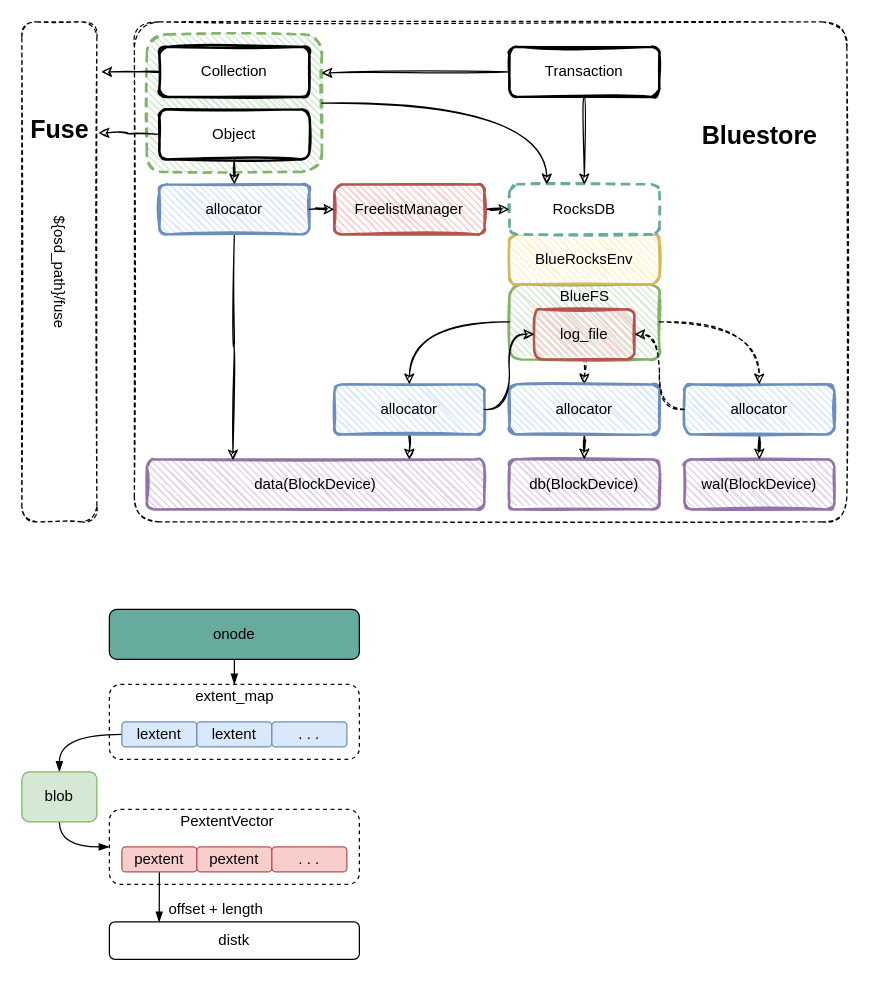
The draw.io diagram page "Bluestore" (1 of 3) of ceph/bluestore.drawio in EarthWind/deeparch, before the edit. Source tidied: cells renumbered, new cells numbered last; positions are measured from the earlier drawing's top-left corner, leaving out a move shared by most shapes. Both pictures are drawn from the tidied source at 125%, with x=0, y=0 at pixel (-10, 21).
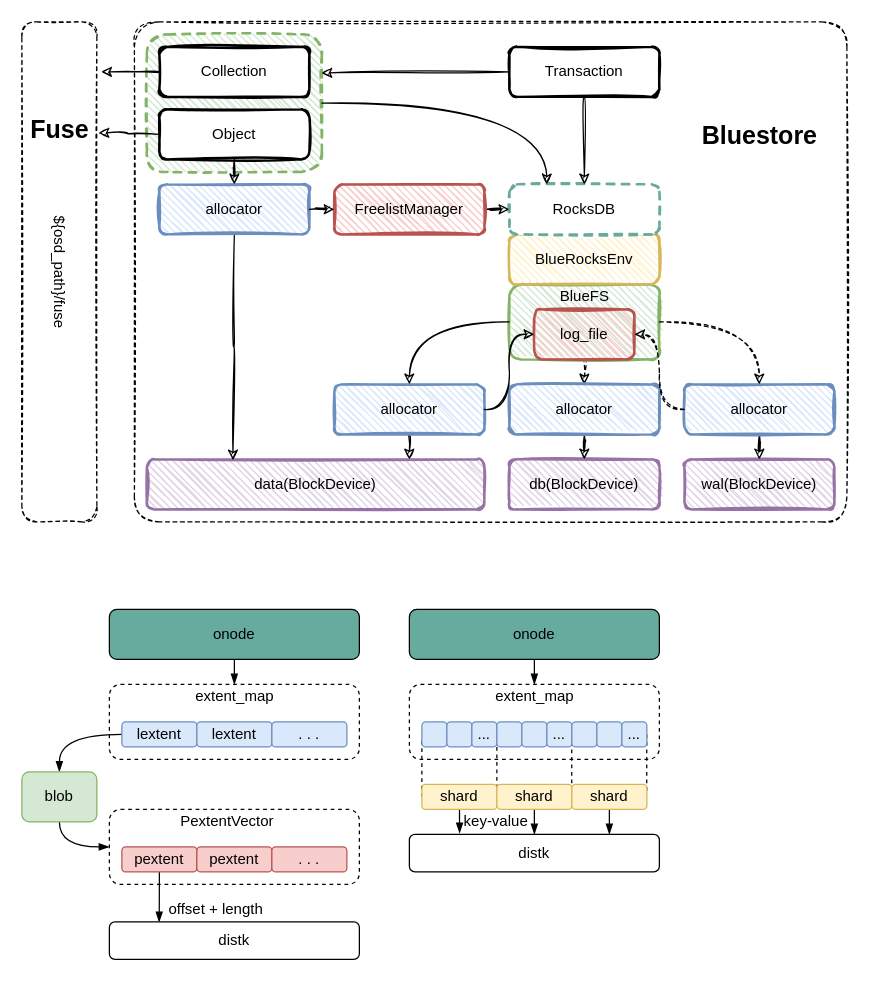
After the change.

Change to the diagram source:
```diff
@@
+    <mxCell id="60" style="rounded=1;whiteSpace=wrap;html=1;strokeWidth=1;fillWeight=1;hachureGap=4;hachureAngle=45;sketch=0;fontStyle=0;dashed=1;" parent="1" vertex="1">
+      <mxGeometry x="335" y="530" width="200" height="60" as="geometry" />
+    </mxCell>
+    <mxCell id="61" style="rounded=0;orthogonalLoop=1;jettySize=auto;html=1;entryX=0;entryY=0.5;entryDx=0;entryDy=0;endArrow=none;endFill=0;exitX=0;exitY=0.75;exitDx=0;exitDy=0;dashed=1;" parent="1" edge="1">
+      <mxGeometry relative="1" as="geometry">
+        <mxPoint x="524.9" y="570" as="sourcePoint" />
+        <mxPoint x="524.9" y="615" as="targetPoint" />
+      </mxGeometry>
+    </mxCell>
+    <mxCell id="62" style="rounded=0;orthogonalLoop=1;jettySize=auto;html=1;entryX=0;entryY=0.5;entryDx=0;entryDy=0;endArrow=none;endFill=0;exitX=0;exitY=0.75;exitDx=0;exitDy=0;dashed=1;" parent="1" edge="1">
+      <mxGeometry relative="1" as="geometry">
+        <mxPoint x="464.9" y="570" as="sourcePoint" />
+        <mxPoint x="464.9" y="615" as="targetPoint" />
+      </mxGeometry>
+    </mxCell>
+    <mxCell id="63" style="rounded=0;orthogonalLoop=1;jettySize=auto;html=1;entryX=0;entryY=0.5;entryDx=0;entryDy=0;endArrow=none;endFill=0;exitX=0;exitY=0.75;exitDx=0;exitDy=0;dashed=1;" parent="1" edge="1">
+      <mxGeometry relative="1" as="geometry">
+        <mxPoint x="405" y="574" as="sourcePoint" />
+        <mxPoint x="405" y="619" as="targetPoint" />
+      </mxGeometry>
+    </mxCell>
@@
+    <mxCell id="64" style="edgeStyle=orthogonalEdgeStyle;curved=1;rounded=0;jettySize=auto;html=1;endArrow=blockThin;endFill=1;entryX=0.497;entryY=-0.011;entryDx=0;entryDy=0;entryPerimeter=0;" parent="1" edge="1" source="65" target="70">
+      <mxGeometry relative="1" as="geometry" />
+    </mxCell>
+    <mxCell id="65" value="&lt;span&gt;onode&lt;br&gt;&lt;/span&gt;" style="rounded=1;whiteSpace=wrap;html=1;strokeWidth=1;fillWeight=1;hachureGap=4;hachureAngle=45;sketch=0;fontStyle=0;fillColor=#67AB9F;strokeColor=#000000;" parent="1" vertex="1">
+      <mxGeometry x="335" y="470" width="200" height="40" as="geometry" />
+    </mxCell>
+    <mxCell id="66" style="rounded=0;jettySize=auto;html=1;entryX=0;entryY=0.5;entryDx=0;entryDy=0;endArrow=none;endFill=0;exitX=0;exitY=0.75;exitDx=0;exitDy=0;dashed=1;" parent="1" edge="1" source="67" target="78">
+      <mxGeometry relative="1" as="geometry" />
+    </mxCell>
+    <mxCell id="67" value="&lt;span&gt;&lt;br&gt;&lt;/span&gt;" style="rounded=1;whiteSpace=wrap;html=1;strokeWidth=1;fillWeight=1;hachureGap=4;hachureAngle=45;sketch=0;fontStyle=0;fillColor=#dae8fc;strokeColor=#6c8ebf;" parent="1" vertex="1">
+      <mxGeometry x="345" y="560" width="20" height="20" as="geometry" />
+    </mxCell>
+    <mxCell id="68" value="&lt;span&gt;&lt;br&gt;&lt;/span&gt;" style="rounded=1;whiteSpace=wrap;html=1;strokeWidth=1;fillWeight=1;hachureGap=4;hachureAngle=45;sketch=0;fontStyle=0;fillColor=#dae8fc;strokeColor=#6c8ebf;" parent="1" vertex="1">
+      <mxGeometry x="365" y="560" width="20" height="20" as="geometry" />
+    </mxCell>
+    <mxCell id="69" value="..." style="rounded=1;whiteSpace=wrap;html=1;strokeWidth=1;fillWeight=1;hachureGap=4;hachureAngle=45;sketch=0;fontStyle=0;fillColor=#dae8fc;strokeColor=#6c8ebf;" parent="1" vertex="1">
+      <mxGeometry x="385" y="560" width="20" height="20" as="geometry" />
+    </mxCell>
+    <mxCell id="70" value="extent_map" style="text;html=1;align=center;verticalAlign=middle;points=[];strokeColor=none;fillColor=none;" parent="1" vertex="1">
+      <mxGeometry x="395" y="530" width="80" height="20" as="geometry" />
+    </mxCell>
+    <mxCell id="71" value="&lt;span&gt;&lt;br&gt;&lt;/span&gt;" style="rounded=1;whiteSpace=wrap;html=1;strokeWidth=1;fillWeight=1;hachureGap=4;hachureAngle=45;sketch=0;fontStyle=0;fillColor=#dae8fc;strokeColor=#6c8ebf;" parent="1" vertex="1">
+      <mxGeometry x="405" y="560" width="20" height="20" as="geometry" />
+    </mxCell>
+    <mxCell id="72" value="&lt;span&gt;&lt;br&gt;&lt;/span&gt;" style="rounded=1;whiteSpace=wrap;html=1;strokeWidth=1;fillWeight=1;hachureGap=4;hachureAngle=45;sketch=0;fontStyle=0;fillColor=#dae8fc;strokeColor=#6c8ebf;" parent="1" vertex="1">
+      <mxGeometry x="425" y="560" width="20" height="20" as="geometry" />
+    </mxCell>
+    <mxCell id="73" value="&lt;span&gt;...&lt;br&gt;&lt;/span&gt;" style="rounded=1;whiteSpace=wrap;html=1;strokeWidth=1;fillWeight=1;hachureGap=4;hachureAngle=45;sketch=0;fontStyle=0;fillColor=#dae8fc;strokeColor=#6c8ebf;" parent="1" vertex="1">
+      <mxGeometry x="445" y="560" width="20" height="20" as="geometry" />
+    </mxCell>
+    <mxCell id="74" value="&lt;span&gt;&lt;br&gt;&lt;/span&gt;" style="rounded=1;whiteSpace=wrap;html=1;strokeWidth=1;fillWeight=1;hachureGap=4;hachureAngle=45;sketch=0;fontStyle=0;fillColor=#dae8fc;strokeColor=#6c8ebf;" parent="1" vertex="1">
+      <mxGeometry x="465" y="560" width="20" height="20" as="geometry" />
+    </mxCell>
+    <mxCell id="75" value="&lt;span&gt;&lt;br&gt;&lt;/span&gt;" style="rounded=1;whiteSpace=wrap;html=1;strokeWidth=1;fillWeight=1;hachureGap=4;hachureAngle=45;sketch=0;fontStyle=0;fillColor=#dae8fc;strokeColor=#6c8ebf;" parent="1" vertex="1">
+      <mxGeometry x="485" y="560" width="20" height="20" as="geometry" />
+    </mxCell>
+    <mxCell id="76" value="&lt;span&gt;...&lt;br&gt;&lt;/span&gt;" style="rounded=1;whiteSpace=wrap;html=1;strokeWidth=1;fillWeight=1;hachureGap=4;hachureAngle=45;sketch=0;fontStyle=0;fillColor=#dae8fc;strokeColor=#6c8ebf;" parent="1" vertex="1">
+      <mxGeometry x="505" y="560" width="20" height="20" as="geometry" />
+    </mxCell>
+    <mxCell id="77" style="edgeStyle=none;rounded=0;jettySize=auto;html=1;entryX=0.201;entryY=-0.032;entryDx=0;entryDy=0;entryPerimeter=0;endArrow=blockThin;endFill=1;" parent="1" edge="1" source="78" target="83">
+      <mxGeometry relative="1" as="geometry" />
+    </mxCell>
+    <mxCell id="78" value="shard" style="rounded=1;whiteSpace=wrap;html=1;strokeWidth=1;fillWeight=1;hachureGap=4;hachureAngle=45;sketch=0;fontStyle=0;fillColor=#fff2cc;strokeColor=#d6b656;" parent="1" vertex="1">
+      <mxGeometry x="345" y="610" width="60" height="20" as="geometry" />
+    </mxCell>
+    <mxCell id="79" style="edgeStyle=none;rounded=0;jettySize=auto;html=1;entryX=0.5;entryY=0;entryDx=0;entryDy=0;endArrow=blockThin;endFill=1;" parent="1" edge="1" source="80" target="83">
+      <mxGeometry relative="1" as="geometry" />
+    </mxCell>
+    <mxCell id="80" value="shard" style="rounded=1;whiteSpace=wrap;html=1;strokeWidth=1;fillWeight=1;hachureGap=4;hachureAngle=45;sketch=0;fontStyle=0;fillColor=#fff2cc;strokeColor=#d6b656;" parent="1" vertex="1">
+      <mxGeometry x="405" y="610" width="60" height="20" as="geometry" />
+    </mxCell>
+    <mxCell id="81" style="edgeStyle=none;rounded=0;jettySize=auto;html=1;entryX=0.8;entryY=0;entryDx=0;entryDy=0;entryPerimeter=0;endArrow=blockThin;endFill=1;" parent="1" edge="1" source="82" target="83">
+      <mxGeometry relative="1" as="geometry" />
+    </mxCell>
+    <mxCell id="82" value="shard" style="rounded=1;whiteSpace=wrap;html=1;strokeWidth=1;fillWeight=1;hachureGap=4;hachureAngle=45;sketch=0;fontStyle=0;fillColor=#fff2cc;strokeColor=#d6b656;" parent="1" vertex="1">
+      <mxGeometry x="465" y="610" width="60" height="20" as="geometry" />
+    </mxCell>
+    <mxCell id="83" value="&lt;span&gt;distk&lt;br&gt;&lt;/span&gt;" style="rounded=1;whiteSpace=wrap;html=1;strokeWidth=1;fillWeight=1;hachureGap=4;hachureAngle=45;sketch=0;fontStyle=0;" parent="1" vertex="1">
+      <mxGeometry x="335" y="650" width="200" height="30" as="geometry" />
+    </mxCell>
+    <mxCell id="84" value="key-value" style="text;html=1;align=center;verticalAlign=middle;strokeColor=none;fillColor=none;" parent="1" vertex="1">
+      <mxGeometry x="369" y="630" width="70" height="20" as="geometry" />
+    </mxCell>
```
